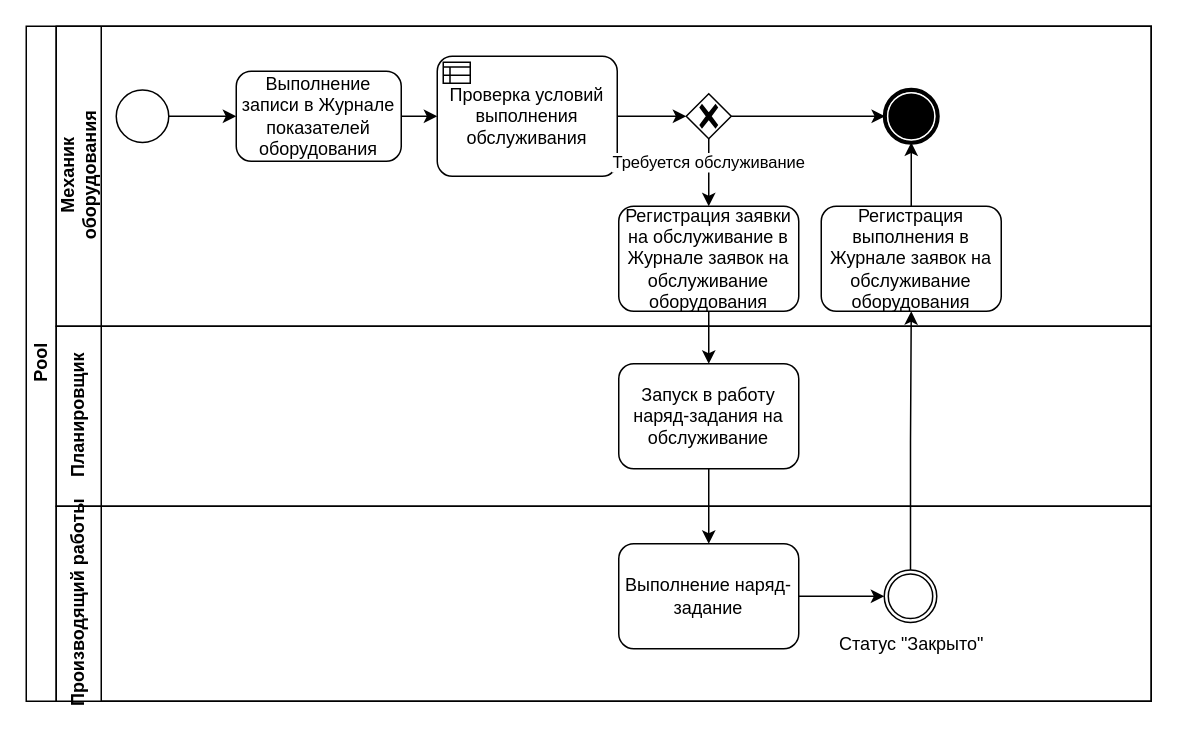
This is maint/БП.Формирование заявки на обслуживание.drawio from tvolodi/abitech, a draw.io file, before an edit. Source tidied: cells renumbered, new cells numbered last; positions are measured from the earlier drawing's top-left corner, leaving out a move shared by most shapes. Both pictures are drawn from the tidied source at 150%, with x=0, y=0 at pixel (26, 26).
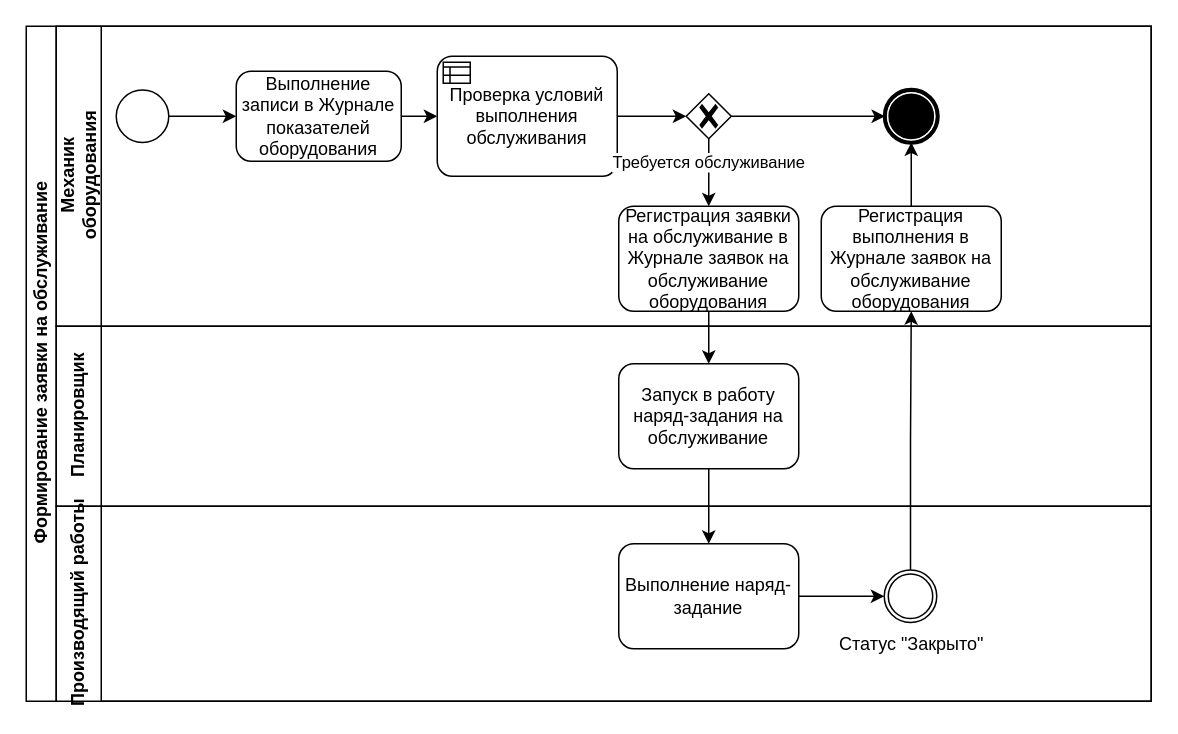
Above is the later version.

What changed in the source:
```diff
@@
-    <mxCell id="2" value="Pool" style="swimlane;html=1;horizontal=0;startSize=20;" parent="1" vertex="1">
+    <mxCell id="2" value="Формирование заявки на обслуживание" style="swimlane;html=1;horizontal=0;startSize=20;" parent="1" vertex="1">
       <mxGeometry width="750" height="450" as="geometry" />
     </mxCell>
```
